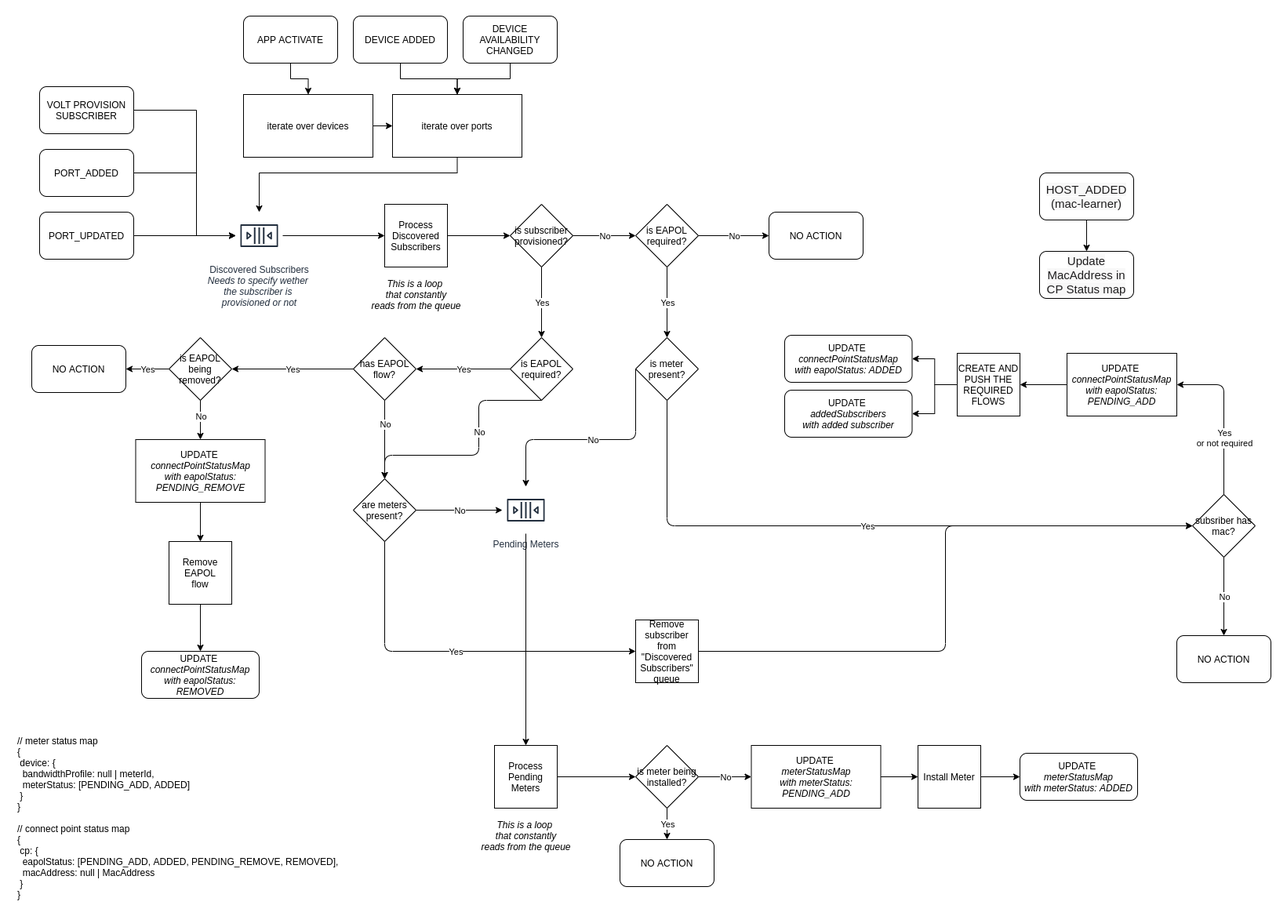
The draw.io diagram assets/diagram.png in teone/onos-olt-app, before a commit. Source tidied: cells renumbered, new cells last; positions are measured from the earlier drawing's top-left corner, leaving out a move shared by most shapes.
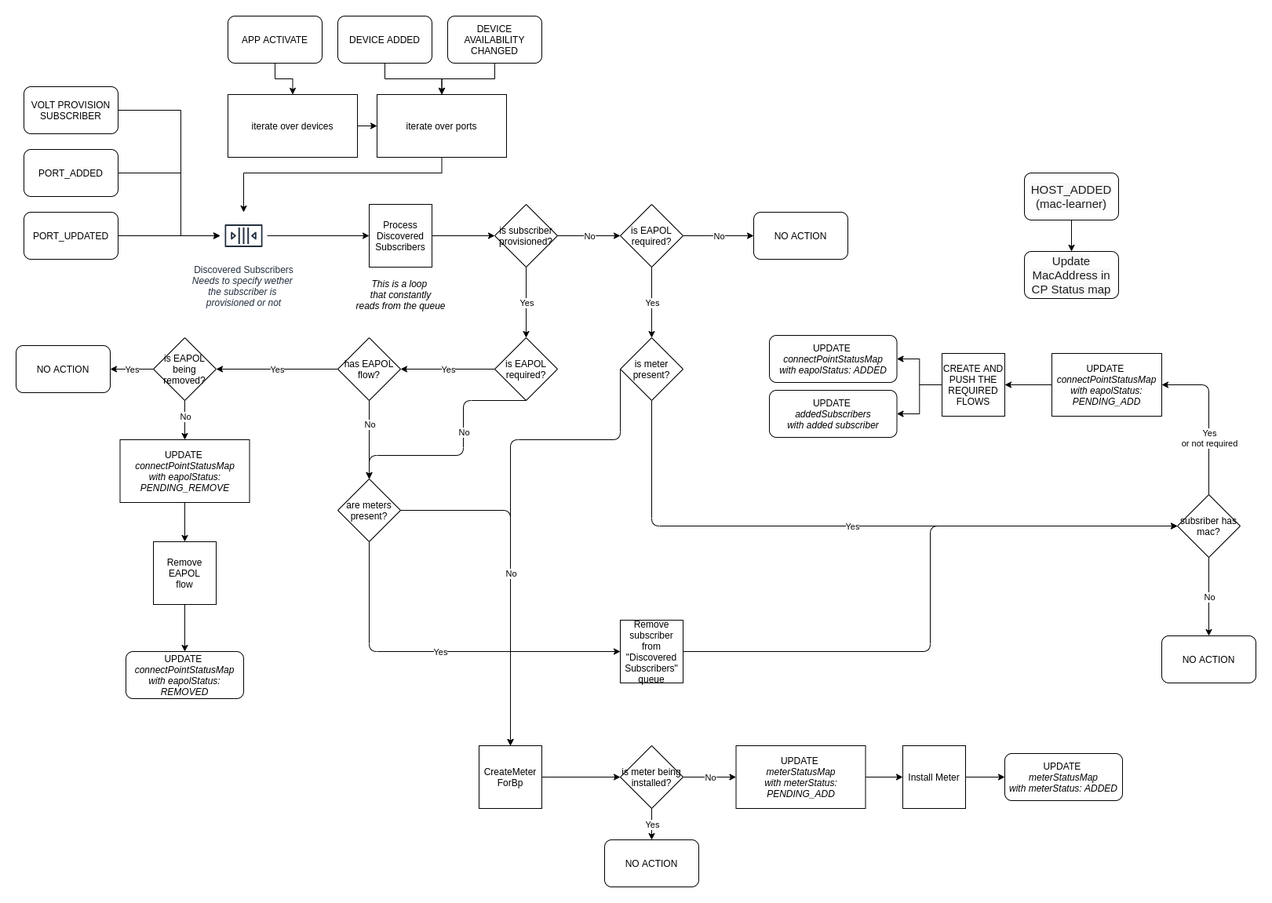
Above is the later version.

Commit message:
Updating diagram accordingly to changes

What changed in the source:
```diff
@@ -56,7 +56,7 @@
     <mxCell id="19" value="Yes" style="edgeLabel;html=1;align=center;verticalAlign=middle;" parent="18" vertex="1">
       <mxGeometry relative="1" as="geometry" />
     </mxCell>
-    <mxCell id="20" style="endArrow=classic;html=1;exitX=0;exitY=0.5;exitDx=0;exitDy=0;edgeStyle=orthogonalEdgeStyle;" parent="1" edge="1" source="17" target="22">
+    <mxCell id="20" style="endArrow=classic;html=1;exitX=0;exitY=0.5;exitDx=0;exitDy=0;edgeStyle=orthogonalEdgeStyle;entryX=0.5;entryY=0;entryDx=0;entryDy=0;" parent="1" edge="1" source="17" target="60">
       <mxGeometry relative="1" as="geometry">
         <Array as="points">
           <mxPoint x="790" y="540" />
@@ -64,12 +64,6 @@
         </Array>
       </mxGeometry>
     </mxCell>
-    <mxCell id="21" value="No" style="edgeLabel;html=1;align=center;verticalAlign=middle;" parent="20" vertex="1">
-      <mxGeometry relative="1" as="geometry" />
-    </mxCell>
-    <mxCell id="22" value="Pending Meters" style="outlineConnect=0;fontColor=#232F3E;gradientColor=none;strokeColor=#232F3E;fillColor=#ffffff;dashed=0;verticalLabelPosition=bottom;verticalAlign=top;align=center;html=1;fontSize=12;fontStyle=0;shape=mxgraph.aws4.resourceIcon;resIcon=mxgraph.aws4.queue;" parent="1" vertex="1">
-      <mxGeometry x="620" y="600" width="60" height="60" as="geometry" />
-    </mxCell>
     <mxCell id="23" style="endArrow=classic;html=1;exitX=0.5;exitY=1;exitDx=0;exitDy=0;entryX=0;entryY=0.5;entryDx=0;entryDy=0;edgeStyle=orthogonalEdgeStyle;" parent="1" edge="1" source="17" target="53">
       <mxGeometry relative="1" as="geometry" />
     </mxCell>
@@ -111,7 +105,7 @@
         <mxPoint y="-20" as="offset" />
       </mxGeometry>
     </mxCell>
-    <mxCell id="36" style="endArrow=classic;html=1;exitX=1;exitY=0.5;exitDx=0;exitDy=0;" parent="1" edge="1" source="33" target="22">
+    <mxCell id="36" style="endArrow=classic;html=1;exitX=1;exitY=0.5;exitDx=0;exitDy=0;entryX=0.5;entryY=0;entryDx=0;entryDy=0;edgeStyle=orthogonalEdgeStyle;" parent="1" edge="1" source="33" target="60">
       <mxGeometry relative="1" as="geometry" />
     </mxCell>
     <mxCell id="37" value="No" style="edgeLabel;html=1;align=center;verticalAlign=middle;" parent="36" vertex="1">
@@ -145,9 +139,6 @@
     <mxCell id="43" value="VOLT PROVISION SUBSCRIBER" style="rounded=1;whiteSpace=wrap;html=1;" parent="1" vertex="1">
       <mxGeometry x="30" y="90" width="120" height="60" as="geometry" />
     </mxCell>
-    <mxCell id="44" value="&lt;br&gt;// meter status map&lt;br&gt;{&lt;br&gt;&lt;span&gt; &lt;/span&gt;&lt;span&gt; &lt;/span&gt;&lt;span&gt; &lt;/span&gt;&lt;span style=&quot;white-space: pre&quot;&gt; &lt;/span&gt;device: {&lt;br&gt;&lt;span&gt; &lt;/span&gt;&lt;span&gt; &lt;/span&gt;&lt;span&gt; &lt;/span&gt;&lt;span&gt; &lt;/span&gt;&lt;span&gt; &lt;/span&gt;&lt;span&gt; &lt;/span&gt;&lt;span style=&quot;white-space: pre&quot;&gt; &lt;/span&gt;&lt;span style=&quot;white-space: pre&quot;&gt; &lt;/span&gt;bandwidthProfile: null | meterId,&lt;br&gt;&lt;span&gt; &lt;/span&gt;&lt;span&gt; &lt;/span&gt;&lt;span&gt; &lt;/span&gt;&lt;span&gt; &lt;/span&gt;&lt;span&gt; &lt;/span&gt;&lt;span&gt; &lt;/span&gt;&lt;span style=&quot;white-space: pre&quot;&gt; &lt;/span&gt;&lt;span style=&quot;white-space: pre&quot;&gt; &lt;/span&gt;meterStatus: [PENDING_ADD, ADDED]&lt;br&gt;&lt;span&gt; &lt;/span&gt;&lt;span&gt; &lt;/span&gt;&lt;span&gt; &lt;/span&gt;&lt;span style=&quot;white-space: pre&quot;&gt; &lt;/span&gt;}&lt;br&gt;}&lt;br&gt;&lt;br&gt;// connect point status map&lt;br&gt;{&lt;br&gt;&lt;span&gt; &lt;/span&gt;&lt;span&gt; &lt;/span&gt;&lt;span&gt; &lt;/span&gt;&lt;span style=&quot;white-space: pre&quot;&gt; &lt;/span&gt;cp: {&lt;br&gt;&lt;span&gt; &lt;/span&gt;&lt;span&gt; &lt;/span&gt;&lt;span&gt; &lt;/span&gt;&lt;span&gt; &lt;/span&gt;&lt;span&gt; &lt;/span&gt;&lt;span&gt; &lt;/span&gt;&lt;span style=&quot;white-space: pre&quot;&gt; &lt;/span&gt;&lt;span style=&quot;white-space: pre&quot;&gt; &lt;/span&gt;eapolStatus: [PENDING_ADD, ADDED, PENDING_REMOVE, REMOVED],&lt;br&gt;&lt;span&gt; &lt;/span&gt;&lt;span&gt; &lt;/span&gt;&lt;span&gt; &lt;/span&gt;&lt;span&gt; &lt;/span&gt;&lt;span style=&quot;white-space: pre&quot;&gt; &lt;/span&gt;&lt;span style=&quot;white-space: pre&quot;&gt; &lt;/span&gt;macAddress: null | MacAddress&lt;br&gt;&lt;span&gt; &lt;/span&gt;&lt;span&gt; &lt;/span&gt;&lt;span&gt; &lt;/span&gt;&lt;span style=&quot;white-space: pre&quot;&gt; &lt;/span&gt;}&lt;br&gt;}" style="text;html=1;strokeColor=none;fillColor=none;align=left;verticalAlign=middle;whiteSpace=wrap;rounded=0;" parent="1" vertex="1">
-      <mxGeometry y="920" width="470" height="190" as="geometry" />
-    </mxCell>
     <mxCell id="45" style="endArrow=classic;html=1;exitX=0.5;exitY=1;exitDx=0;exitDy=0;edgeStyle=orthogonalEdgeStyle;entryX=0.5;entryY=0;entryDx=0;entryDy=0;" parent="1" edge="1" source="25" target="33">
       <mxGeometry relative="1" as="geometry">
         <Array as="points">
@@ -209,15 +200,9 @@
     <mxCell id="59" style="group;" parent="1" vertex="1">
       <mxGeometry x="585" y="930" width="130" height="140" as="geometry" />
     </mxCell>
-    <mxCell id="60" value="Process Pending Meters" style="whiteSpace=wrap;html=1;" parent="59" vertex="1">
+    <mxCell id="60" value="CreateMeter&lt;br&gt;ForBp" style="whiteSpace=wrap;html=1;" parent="59" vertex="1">
       <mxGeometry x="25" width="80" height="80" as="geometry" />
     </mxCell>
-    <mxCell id="61" value="&lt;i&gt;This is a loop &lt;br&gt;that constantly&lt;br&gt;reads from the queue&lt;br&gt;&lt;/i&gt;" style="text;html=1;align=center;verticalAlign=middle;strokeColor=none;" parent="59" vertex="1">
-      <mxGeometry y="90" width="130" height="50" as="geometry" />
-    </mxCell>
-    <mxCell id="62" style="endArrow=classic;html=1;entryX=0.5;entryY=0;entryDx=0;entryDy=0;" parent="1" edge="1" source="22" target="60">
-      <mxGeometry relative="1" as="geometry" />
-    </mxCell>
     <mxCell id="63" style="edgeStyle=orthogonalEdgeStyle;rounded=0;jettySize=auto;html=1;" parent="1" edge="1" source="64" target="65">
       <mxGeometry relative="1" as="geometry" />
     </mxCell>
```
